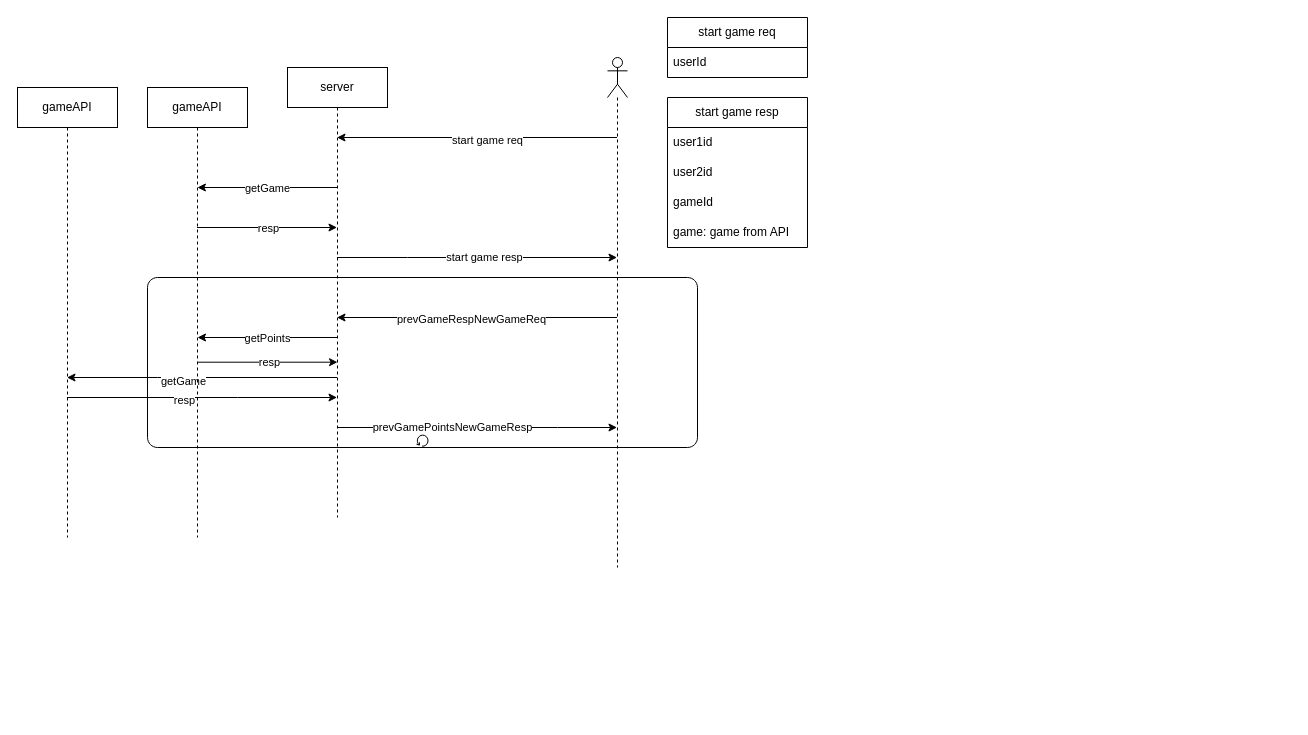
Above: Untitled Diagram.drawio in milicagnjatovic/Slagalica (draw.io), before the change. Source tidied: cells renumbered, new cells numbered last; positions are measured from the earlier drawing's top-left corner, leaving out a move shared by most shapes. Both pictures are drawn from the tidied source at 100%, with x=0, y=0 at pixel (17, 17).
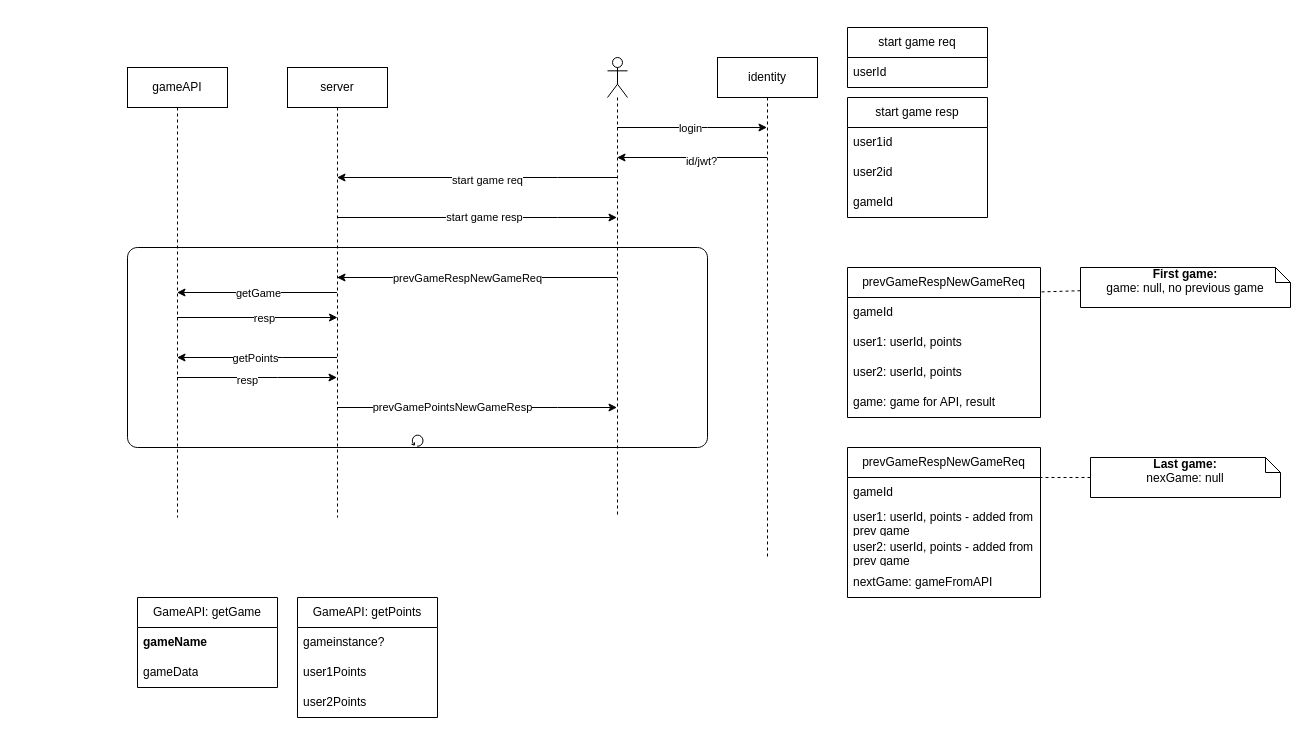
After the change.

The change refers to these unchanged cells:
```xml
<mxCell id="14" style="edgeStyle=elbowEdgeStyle;rounded=0;jettySize=auto;html=1;elbow=vertical;curved=0;" parent="1" edge="1" source="16" target="33">
  <mxGeometry relative="1" as="geometry">
    <Array as="points">
      <mxPoint x="140" y="360" />
    </Array>
  </mxGeometry>
</mxCell>
<mxCell id="16" value="server" style="shape=umlLifeline;perimeter=lifelinePerimeter;whiteSpace=wrap;html=1;outlineConnect=0;portConstraint=eastwest;newEdgeStyle={&quot;edgeStyle&quot;:&quot;elbowEdgeStyle&quot;,&quot;elbow&quot;:&quot;vertical&quot;,&quot;curved&quot;:0,&quot;rounded&quot;:0};size=40;" parent="1" vertex="1">
  <mxGeometry x="270" y="50" width="100" height="450" as="geometry" />
</mxCell>
```

What changed in the source:
```diff
@@
-    <mxCell id="2" style="shape=mxgraph.bpmn.task;whiteSpace=wrap;rectStyle=rounded;size=10;html=1;taskMarker=abstract;isLoopStandard=1;" parent="1" vertex="1">
-      <mxGeometry x="130" y="260" width="550" height="170" as="geometry" />
-    </mxCell>
     <mxCell id="3" style="edgeStyle=elbowEdgeStyle;rounded=0;jettySize=auto;html=1;elbow=vertical;curved=0;" parent="1" edge="1" source="7" target="16">
       <mxGeometry relative="1" as="geometry">
         <Array as="points">
+          <mxPoint x="540" y="160" />
           <mxPoint x="490" y="120" />
         </Array>
       </mxGeometry>
     </mxCell>
@@
     <mxCell id="5" style="edgeStyle=elbowEdgeStyle;rounded=0;jettySize=auto;html=1;elbow=vertical;curved=0;" parent="1" edge="1" source="7" target="16">
       <mxGeometry relative="1" as="geometry">
         <Array as="points">
+          <mxPoint x="410" y="260" />
           <mxPoint x="480" y="300" />
         </Array>
       </mxGeometry>
     </mxCell>
     <mxCell id="6" value="prevGameRespNewGameReq" style="edgeLabel;html=1;align=center;verticalAlign=middle;" parent="5" vertex="1">
-      <mxGeometry x="0.04" y="1" relative="1" as="geometry" />
+      <mxGeometry x="0.04" y="1" relative="1" as="geometry">
+        <mxPoint x="-4" y="-1" as="offset" />
+      </mxGeometry>
     </mxCell>
+    <mxCell id="34" style="edgeStyle=elbowEdgeStyle;rounded=0;jettySize=auto;html=1;elbow=vertical;curved=0;" parent="1" edge="1" source="7" target="53">
+      <mxGeometry relative="1" as="geometry">
+        <Array as="points">
+          <mxPoint x="690" y="110" />
+          <mxPoint x="670" y="90" />
+          <mxPoint x="710" y="170" />
+        </Array>
+      </mxGeometry>
+    </mxCell>
+    <mxCell id="35" value="login" style="edgeLabel;html=1;align=center;verticalAlign=middle;" parent="34" vertex="1">
+      <mxGeometry x="-0.03" relative="1" as="geometry" />
+    </mxCell>
     <mxCell id="7" style="shape=umlLifeline;perimeter=lifelinePerimeter;whiteSpace=wrap;html=1;outlineConnect=0;portConstraint=eastwest;newEdgeStyle={&quot;edgeStyle&quot;:&quot;elbowEdgeStyle&quot;,&quot;elbow&quot;:&quot;vertical&quot;,&quot;curved&quot;:0,&quot;rounded&quot;:0};participant=umlActor;" parent="1" vertex="1">
-      <mxGeometry x="590" y="40" width="20" height="510" as="geometry" />
+      <mxGeometry x="590" y="40" width="20" height="460" as="geometry" />
     </mxCell>
     <mxCell id="8" style="edgeStyle=elbowEdgeStyle;rounded=0;jettySize=auto;html=1;elbow=vertical;curved=0;" parent="1" edge="1" source="16" target="7">
       <mxGeometry relative="1" as="geometry">
         <Array as="points">
+          <mxPoint x="540" y="200" />
           <mxPoint x="390" y="240" />
         </Array>
       </mxGeometry>
     </mxCell>
@@
-    <mxCell id="10" style="edgeStyle=elbowEdgeStyle;rounded=0;orthogonalLoop=1;jettySize=auto;html=1;elbow=vertical;curved=0;" parent="1" edge="1">
-      <mxGeometry relative="1" as="geometry">
-        <mxPoint x="319.5" y="170" as="sourcePoint" />
-        <mxPoint x="179.9" y="170" as="targetPoint" />
-      </mxGeometry>
-    </mxCell>
-    <mxCell id="11" value="getGame" style="edgeLabel;html=1;align=center;verticalAlign=middle;" parent="10" vertex="1">
-      <mxGeometry x="0.16" y="-2" relative="1" as="geometry">
-        <mxPoint x="11" y="2" as="offset" />
-      </mxGeometry>
-    </mxCell>
     <mxCell id="12" style="edgeStyle=elbowEdgeStyle;rounded=0;jettySize=auto;html=1;elbow=vertical;curved=0;" parent="1" edge="1" source="16" target="7">
       <mxGeometry relative="1" as="geometry">
         <Array as="points">
+          <mxPoint x="540" y="390" />
+          <mxPoint x="560" y="420" />
+          <mxPoint x="540" y="400" />
+          <mxPoint x="530" y="320" />
           <mxPoint x="540" y="410" />
           <mxPoint x="480" y="360" />
         </Array>
       </mxGeometry>
     </mxCell>
@@
     <mxCell id="15" value="getGame" style="edgeLabel;html=1;align=center;verticalAlign=middle;" parent="14" vertex="1">
-      <mxGeometry x="0.14" y="3" relative="1" as="geometry" />
+      <mxGeometry x="0.14" y="3" relative="1" as="geometry">
+        <mxPoint x="12" y="-3" as="offset" />
+      </mxGeometry>
     </mxCell>
@@
-    <mxCell id="17" style="edgeStyle=elbowEdgeStyle;rounded=0;jettySize=auto;html=1;elbow=vertical;curved=0;" parent="1" edge="1" source="19" target="16">
-      <mxGeometry relative="1" as="geometry">
-        <Array as="points">
-          <mxPoint x="250" y="210" />
-        </Array>
-      </mxGeometry>
-    </mxCell>
-    <mxCell id="18" value="resp" style="edgeLabel;html=1;align=center;verticalAlign=middle;" parent="17" vertex="1">
-      <mxGeometry x="0.65" relative="1" as="geometry">
-        <mxPoint x="-45" as="offset" />
-      </mxGeometry>
-    </mxCell>
-    <mxCell id="19" value="gameAPI" style="shape=umlLifeline;perimeter=lifelinePerimeter;whiteSpace=wrap;html=1;outlineConnect=0;portConstraint=eastwest;newEdgeStyle={&quot;edgeStyle&quot;:&quot;elbowEdgeStyle&quot;,&quot;elbow&quot;:&quot;vertical&quot;,&quot;curved&quot;:0,&quot;rounded&quot;:0};size=40;" parent="1" vertex="1">
-      <mxGeometry x="130" y="70" width="100" height="450" as="geometry" />
-    </mxCell>
     <mxCell id="20" value="start game req" style="swimlane;fontStyle=0;horizontal=1;startSize=30;whiteSpace=wrap;html=1;" parent="1" vertex="1">
-      <mxGeometry x="650" width="140" height="60" as="geometry" />
+      <mxGeometry x="830" y="10" width="140" height="60" as="geometry" />
     </mxCell>
@@
     <mxCell id="22" value="start game resp" style="swimlane;fontStyle=0;horizontal=1;startSize=30;whiteSpace=wrap;html=1;" parent="1" vertex="1">
-      <mxGeometry x="650" y="80" width="140" height="150" as="geometry" />
+      <mxGeometry x="830" y="80" width="140" height="120" as="geometry" />
     </mxCell>
@@
-    <mxCell id="26" value="game: game from API" style="text;strokeColor=none;fillColor=none;align=left;verticalAlign=middle;spacingLeft=4;spacingRight=4;overflow=hidden;whiteSpace=wrap;html=1;" parent="22" vertex="1">
-      <mxGeometry y="120" width="140" height="30" as="geometry" />
-    </mxCell>
-    <mxCell id="27" style="edgeStyle=elbowEdgeStyle;rounded=0;orthogonalLoop=1;jettySize=auto;html=1;elbow=vertical;curved=0;" parent="1" edge="1">
+    <mxCell id="27" style="edgeStyle=elbowEdgeStyle;rounded=0;jettySize=auto;html=1;elbow=vertical;curved=0;" parent="1" edge="1" target="33">
       <mxGeometry relative="1" as="geometry">
-        <mxPoint x="319.6" y="320" as="sourcePoint" />
-        <mxPoint x="180" y="320" as="targetPoint" />
+        <mxPoint x="319.6" y="340" as="sourcePoint" />
       </mxGeometry>
     </mxCell>
@@
-    <mxCell id="29" style="edgeStyle=elbowEdgeStyle;rounded=0;orthogonalLoop=1;jettySize=auto;html=1;elbow=vertical;curved=0;" parent="1" edge="1">
+    <mxCell id="29" style="edgeStyle=elbowEdgeStyle;rounded=0;jettySize=auto;html=1;elbow=vertical;curved=0;" parent="1" edge="1" source="33">
       <mxGeometry relative="1" as="geometry">
-        <mxPoint x="180" y="344.7" as="sourcePoint" />
-        <mxPoint x="320" y="344.7" as="targetPoint" />
+        <mxPoint x="320" y="300" as="targetPoint" />
         <Array as="points">
-          <mxPoint x="250" y="344.7" />
+          <mxPoint x="250" y="300" />
         </Array>
       </mxGeometry>
     </mxCell>
@@
     <mxCell id="31" style="edgeStyle=elbowEdgeStyle;rounded=0;jettySize=auto;html=1;elbow=vertical;curved=0;" parent="1" edge="1" source="33" target="16">
       <mxGeometry relative="1" as="geometry">
         <Array as="points">
+          <mxPoint x="260" y="360" />
+          <mxPoint x="270" y="370" />
+          <mxPoint x="270" y="360" />
           <mxPoint x="220" y="380" />
         </Array>
       </mxGeometry>
     </mxCell>
@@
     <mxCell id="33" value="gameAPI" style="shape=umlLifeline;perimeter=lifelinePerimeter;whiteSpace=wrap;html=1;outlineConnect=0;portConstraint=eastwest;newEdgeStyle={&quot;edgeStyle&quot;:&quot;elbowEdgeStyle&quot;,&quot;elbow&quot;:&quot;vertical&quot;,&quot;curved&quot;:0,&quot;rounded&quot;:0};size=40;" parent="1" vertex="1">
-      <mxGeometry y="70" width="100" height="450" as="geometry" />
+      <mxGeometry x="110" y="50" width="100" height="450" as="geometry" />
     </mxCell>
+    <mxCell id="36" value="&lt;div&gt;prevGameRespNewGameReq&lt;/div&gt;" style="swimlane;fontStyle=0;horizontal=1;startSize=30;whiteSpace=wrap;html=1;" parent="1" vertex="1">
+      <mxGeometry x="830" y="250" width="193" height="150" as="geometry" />
+    </mxCell>
+    <mxCell id="37" value="gameId" style="text;strokeColor=none;fillColor=none;align=left;verticalAlign=middle;spacingLeft=4;spacingRight=4;overflow=hidden;whiteSpace=wrap;html=1;" parent="36" vertex="1">
+      <mxGeometry y="30" width="193" height="30" as="geometry" />
+    </mxCell>
+    <mxCell id="38" value="user1: userId, points" style="text;strokeColor=none;fillColor=none;align=left;verticalAlign=middle;spacingLeft=4;spacingRight=4;overflow=hidden;whiteSpace=wrap;html=1;" parent="36" vertex="1">
+      <mxGeometry y="60" width="193" height="30" as="geometry" />
+    </mxCell>
+    <mxCell id="39" value="user2: userId, points" style="text;strokeColor=none;fillColor=none;align=left;verticalAlign=middle;spacingLeft=4;spacingRight=4;overflow=hidden;whiteSpace=wrap;html=1;" parent="36" vertex="1">
+      <mxGeometry y="90" width="193" height="30" as="geometry" />
+    </mxCell>
+    <mxCell id="40" value="game: game for API, result" style="text;strokeColor=none;fillColor=none;align=left;verticalAlign=middle;spacingLeft=4;spacingRight=4;overflow=hidden;whiteSpace=wrap;html=1;" parent="36" vertex="1">
+      <mxGeometry y="120" width="193" height="30" as="geometry" />
+    </mxCell>
+    <mxCell id="41" style="shape=mxgraph.bpmn.task;whiteSpace=wrap;rectStyle=rounded;size=10;html=1;taskMarker=abstract;isLoopStandard=1;fillColor=none;" parent="1" vertex="1">
+      <mxGeometry x="110" y="230" width="580" height="200" as="geometry" />
+    </mxCell>
+    <mxCell id="42" value="&lt;div&gt;prevGameRespNewGameReq&lt;/div&gt;" style="swimlane;fontStyle=0;horizontal=1;startSize=30;whiteSpace=wrap;html=1;" parent="1" vertex="1">
+      <mxGeometry x="830" y="430" width="193" height="150" as="geometry" />
+    </mxCell>
+    <mxCell id="43" value="gameId" style="text;strokeColor=none;fillColor=none;align=left;verticalAlign=middle;spacingLeft=4;spacingRight=4;overflow=hidden;whiteSpace=wrap;html=1;" parent="42" vertex="1">
+      <mxGeometry y="30" width="193" height="30" as="geometry" />
+    </mxCell>
+    <mxCell id="44" value="user1: userId, points - added from prev game" style="text;strokeColor=none;fillColor=none;align=left;verticalAlign=middle;spacingLeft=4;spacingRight=4;overflow=hidden;whiteSpace=wrap;html=1;" parent="42" vertex="1">
+      <mxGeometry y="60" width="193" height="30" as="geometry" />
+    </mxCell>
+    <mxCell id="45" value="user2: userId, points - added from prev game" style="text;strokeColor=none;fillColor=none;align=left;verticalAlign=middle;spacingLeft=4;spacingRight=4;overflow=hidden;whiteSpace=wrap;html=1;" parent="42" vertex="1">
+      <mxGeometry y="90" width="193" height="30" as="geometry" />
+    </mxCell>
+    <mxCell id="46" value="nextGame: gameFromAPI" style="text;strokeColor=none;fillColor=none;align=left;verticalAlign=middle;spacingLeft=4;spacingRight=4;overflow=hidden;whiteSpace=wrap;html=1;" parent="42" vertex="1">
+      <mxGeometry y="120" width="193" height="30" as="geometry" />
+    </mxCell>
+    <mxCell id="47" value="&lt;div&gt;&lt;b&gt;First game: &lt;/b&gt;&lt;br&gt;&lt;/div&gt;&lt;div&gt;game: null, no previous game&lt;br&gt;&lt;/div&gt;" style="shape=note;size=15;spacingLeft=5;html=1;overflow=fill;whiteSpace=wrap;" parent="1" vertex="1">
+      <mxGeometry x="1063" y="250" width="210" height="40" as="geometry" />
+    </mxCell>
+    <mxCell id="48" style="rounded=0;endArrow=none;dashed=1;html=1;entryX=0.997;entryY=0.163;entryDx=0;entryDy=0;entryPerimeter=0;" parent="1" edge="1" source="47" target="36">
+      <mxGeometry relative="1" as="geometry" />
+    </mxCell>
+    <mxCell id="49" value="&lt;div&gt;&lt;b&gt;Last game:&lt;/b&gt;&lt;/div&gt;&lt;div&gt;nexGame: null&lt;br&gt;&lt;/div&gt;" style="shape=note;size=15;spacingLeft=5;html=1;overflow=fill;whiteSpace=wrap;" parent="1" vertex="1">
+      <mxGeometry x="1073" y="440" width="190" height="40" as="geometry" />
+    </mxCell>
+    <mxCell id="50" style="rounded=0;endArrow=none;dashed=1;html=1;" parent="1" edge="1" source="49">
+      <mxGeometry relative="1" as="geometry">
+        <mxPoint x="1023" y="460" as="targetPoint" />
+        <Array as="points">
+          <mxPoint x="1023" y="460" />
+        </Array>
+      </mxGeometry>
+    </mxCell>
+    <mxCell id="51" style="edgeStyle=elbowEdgeStyle;rounded=0;jettySize=auto;html=1;elbow=vertical;curved=0;" parent="1" edge="1" source="53" target="7">
+      <mxGeometry relative="1" as="geometry">
+        <Array as="points">
+          <mxPoint x="680" y="140" />
+          <mxPoint x="720" y="120" />
+        </Array>
+      </mxGeometry>
+    </mxCell>
+    <mxCell id="52" value="id/jwt?" style="edgeLabel;html=1;align=center;verticalAlign=middle;" parent="51" vertex="1">
+      <mxGeometry x="-0.12" y="3" relative="1" as="geometry" />
+    </mxCell>
+    <mxCell id="53" value="identity" style="shape=umlLifeline;perimeter=lifelinePerimeter;whiteSpace=wrap;html=1;outlineConnect=0;portConstraint=eastwest;newEdgeStyle={&quot;edgeStyle&quot;:&quot;elbowEdgeStyle&quot;,&quot;elbow&quot;:&quot;vertical&quot;,&quot;curved&quot;:0,&quot;rounded&quot;:0};" parent="1" vertex="1">
+      <mxGeometry x="700" y="40" width="100" height="500" as="geometry" />
+    </mxCell>
+    <mxCell id="54" value="GameAPI: getGame" style="swimlane;fontStyle=0;horizontal=1;startSize=30;whiteSpace=wrap;html=1;" parent="1" vertex="1">
+      <mxGeometry x="120" y="580" width="140" height="90" as="geometry" />
+    </mxCell>
+    <mxCell id="55" value="&lt;b&gt;gameName&lt;/b&gt;" style="text;strokeColor=none;fillColor=none;align=left;verticalAlign=middle;spacingLeft=4;spacingRight=4;overflow=hidden;whiteSpace=wrap;html=1;" parent="54" vertex="1">
+      <mxGeometry y="30" width="140" height="30" as="geometry" />
+    </mxCell>
+    <mxCell id="56" value="gameData" style="text;strokeColor=none;fillColor=none;align=left;verticalAlign=middle;spacingLeft=4;spacingRight=4;overflow=hidden;whiteSpace=wrap;html=1;" parent="54" vertex="1">
+      <mxGeometry y="60" width="140" height="30" as="geometry" />
+    </mxCell>
+    <mxCell id="57" value="GameAPI: getPoints" style="swimlane;fontStyle=0;horizontal=1;startSize=30;whiteSpace=wrap;html=1;" parent="1" vertex="1">
+      <mxGeometry x="280" y="580" width="140" height="120" as="geometry" />
+    </mxCell>
+    <mxCell id="58" value="gameinstance?" style="text;strokeColor=none;fillColor=none;align=left;verticalAlign=middle;spacingLeft=4;spacingRight=4;overflow=hidden;whiteSpace=wrap;html=1;" parent="57" vertex="1">
+      <mxGeometry y="30" width="140" height="30" as="geometry" />
+    </mxCell>
+    <mxCell id="59" value="user1Points" style="text;strokeColor=none;fillColor=none;align=left;verticalAlign=middle;spacingLeft=4;spacingRight=4;overflow=hidden;whiteSpace=wrap;html=1;" parent="57" vertex="1">
+      <mxGeometry y="60" width="140" height="30" as="geometry" />
+    </mxCell>
+    <mxCell id="60" value="user2Points" style="text;strokeColor=none;fillColor=none;align=left;verticalAlign=middle;spacingLeft=4;spacingRight=4;overflow=hidden;whiteSpace=wrap;html=1;" parent="57" vertex="1">
+      <mxGeometry y="90" width="140" height="30" as="geometry" />
+    </mxCell>
```
